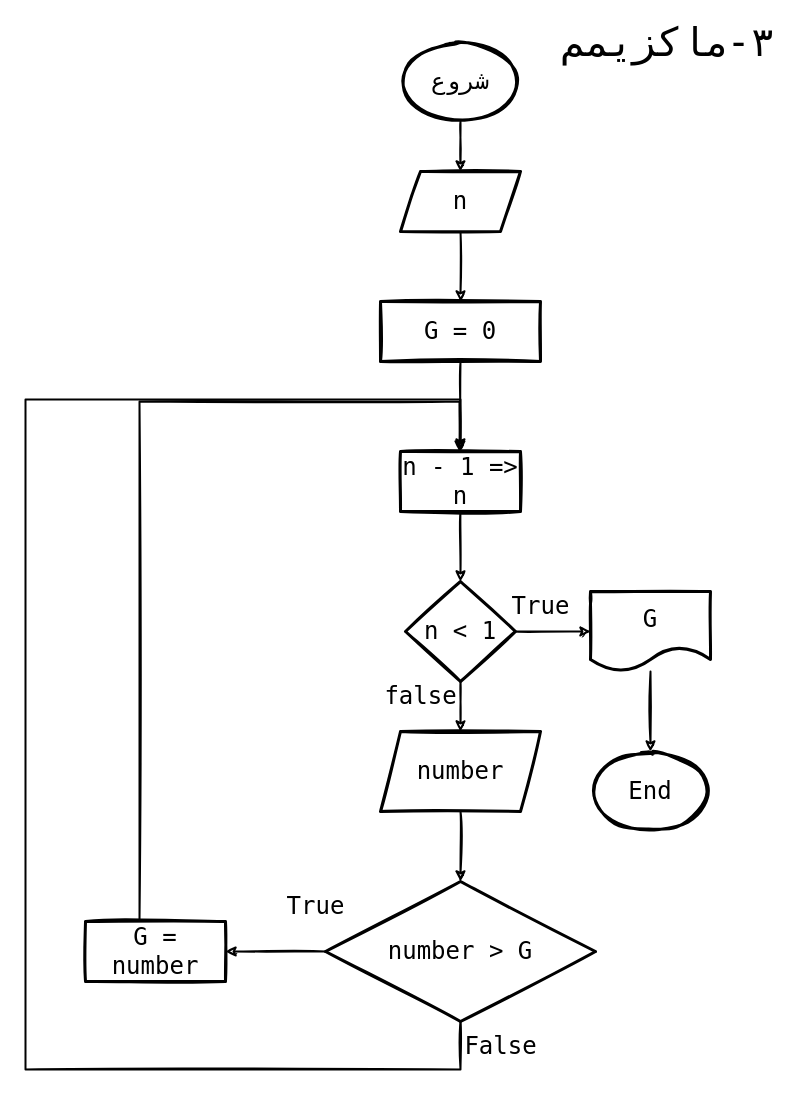
Earlier version of the draw.io diagram page "3- ماکزیمم" (3 of 7) of 991/MyRoleAsTa/T2,99/FlowChartAnswers.drawio (geeksesi/my_university). Source tidied: cells renumbered, new cells numbered last; positions are measured from the earlier drawing's top-left corner, leaving out a move shared by most shapes. Both pictures are drawn from the tidied source at 100%, with x=0, y=0 at pixel (25, 21).
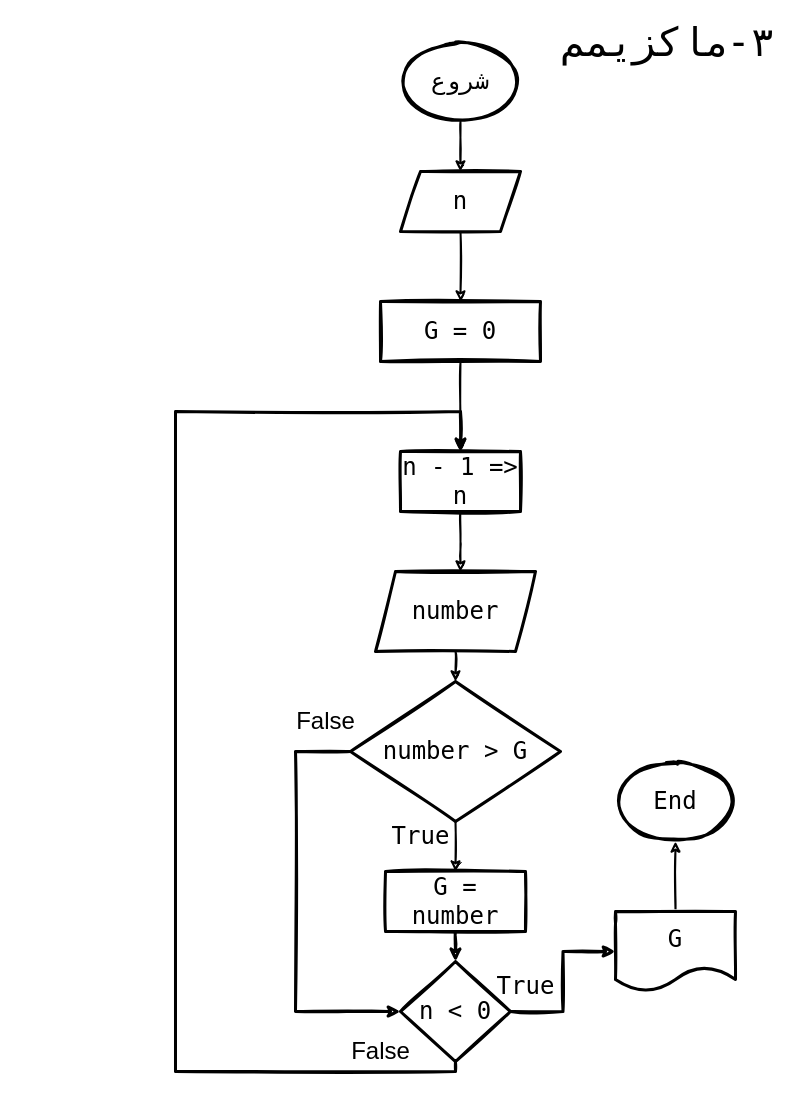
The same diagram, later.

Unchanged cells that the change refers to:
```xml
<mxCell id="7" value="n" style="shape=parallelogram;perimeter=parallelogramPerimeter;whiteSpace=wrap;html=1;fixedSize=1;fontFamily=Lucida Console;fontSize=24;strokeWidth=3;sketch=1;" parent="1" vertex="1">
  <mxGeometry x="375" y="150" width="120" height="60" as="geometry" />
</mxCell>
<mxCell id="9" value="n - 1 =&amp;gt; n" style="whiteSpace=wrap;html=1;fontFamily=Lucida Console;fontSize=24;strokeWidth=3;sketch=1;" parent="1" vertex="1">
  <mxGeometry x="375" y="430" width="120" height="60" as="geometry" />
</mxCell>
<mxCell id="13" value="G = 0" style="whiteSpace=wrap;html=1;fontFamily=Lucida Console;fontSize=24;strokeWidth=3;sketch=1;" parent="1" vertex="1">
  <mxGeometry x="355" y="280" width="160" height="60" as="geometry" />
</mxCell>
```

Change to the diagram source:
```diff
@@
-    <mxCell id="2" value="&lt;font style=&quot;font-size: 40px&quot;&gt;ماکزیمم&lt;/font&gt;" style="text;html=1;align=center;verticalAlign=middle;fontSize=24;fontFamily=Lucida Console;" parent="1" vertex="1">
+    <mxCell id="2" value="&lt;font style=&quot;font-size: 40px&quot;&gt;ماکزیمم&lt;/font&gt;" style="text;html=1;align=center;verticalAlign=middle;fontSize=24;fontFamily=Lucida Console;sketch=1;" parent="1" vertex="1">
       <mxGeometry x="545" width="150" height="40" as="geometry" />
     </mxCell>
-    <mxCell id="3" value="&lt;font style=&quot;font-size: 40px&quot;&gt;-۳&lt;/font&gt;" style="text;html=1;align=center;verticalAlign=middle;fontSize=24;fontFamily=Lucida Console;" parent="1" vertex="1">
+    <mxCell id="3" value="&lt;font style=&quot;font-size: 40px&quot;&gt;-۳&lt;/font&gt;" style="text;html=1;align=center;verticalAlign=middle;fontSize=24;fontFamily=Lucida Console;sketch=1;" parent="1" vertex="1">
       <mxGeometry x="700" width="50" height="40" as="geometry" />
     </mxCell>
-    <mxCell id="4" style="edgeStyle=orthogonalEdgeStyle;rounded=0;sketch=1;jettySize=auto;html=1;endArrow=classic;endFill=1;strokeWidth=2;fontFamily=Lucida Console;fontSize=24;" parent="1" edge="1" source="5" target="7">
+    <mxCell id="4" style="edgeStyle=orthogonalEdgeStyle;rounded=0;jettySize=auto;html=1;endArrow=classic;endFill=1;strokeWidth=2;fontFamily=Lucida Console;fontSize=24;sketch=1;" parent="1" edge="1" source="5" target="7">
       <mxGeometry relative="1" as="geometry" />
     </mxCell>
-    <mxCell id="5" value="شروع" style="ellipse;whiteSpace=wrap;html=1;sketch=1;strokeWidth=3;fontFamily=Lucida Console;fontSize=24;" parent="1" vertex="1">
+    <mxCell id="5" value="شروع" style="ellipse;whiteSpace=wrap;html=1;strokeWidth=3;fontFamily=Lucida Console;fontSize=24;sketch=1;" parent="1" vertex="1">
       <mxGeometry x="375" y="20" width="120" height="80" as="geometry" />
     </mxCell>
-    <mxCell id="6" style="edgeStyle=orthogonalEdgeStyle;rounded=0;sketch=1;jettySize=auto;html=1;endArrow=classic;endFill=1;strokeWidth=2;fontFamily=Lucida Console;fontSize=24;" parent="1" edge="1" source="7" target="13">
+    <mxCell id="6" style="edgeStyle=orthogonalEdgeStyle;rounded=0;jettySize=auto;html=1;endArrow=classic;endFill=1;strokeWidth=2;fontFamily=Lucida Console;fontSize=24;sketch=1;" parent="1" edge="1" source="7" target="13">
       <mxGeometry relative="1" as="geometry" />
     </mxCell>
@@
-    <mxCell id="8" style="edgeStyle=orthogonalEdgeStyle;rounded=0;sketch=1;jettySize=auto;html=1;endArrow=classic;endFill=1;strokeWidth=2;fontFamily=Lucida Console;fontSize=24;" parent="1" edge="1" source="9" target="23">
-      <mxGeometry relative="1" as="geometry" />
+    <mxCell id="8" style="edgeStyle=orthogonalEdgeStyle;rounded=0;jettySize=auto;html=1;endArrow=classic;endFill=1;strokeWidth=2;fontFamily=Lucida Console;fontSize=24;sketch=1;" parent="1" edge="1" source="9">
+      <mxGeometry relative="1" as="geometry">
+        <mxPoint x="435" y="550" as="targetPoint" />
+      </mxGeometry>
     </mxCell>
@@
-    <mxCell id="10" style="edgeStyle=orthogonalEdgeStyle;rounded=0;sketch=1;jettySize=auto;html=1;endArrow=classic;endFill=1;strokeWidth=2;fontFamily=Lucida Console;fontSize=24;" parent="1" edge="1" source="11" target="16">
-      <mxGeometry relative="1" as="geometry" />
+    <mxCell id="10" style="edgeStyle=orthogonalEdgeStyle;rounded=0;jettySize=auto;html=1;endArrow=classic;endFill=1;strokeWidth=2;fontFamily=Lucida Console;fontSize=24;sketch=1;" parent="1" edge="1" source="11" target="16">
+      <mxGeometry relative="1" as="geometry">
+        <Array as="points">
+          <mxPoint x="430" y="800" />
+          <mxPoint x="430" y="800" />
+        </Array>
+      </mxGeometry>
     </mxCell>
     <mxCell id="11" value="number" style="shape=parallelogram;perimeter=parallelogramPerimeter;whiteSpace=wrap;html=1;fixedSize=1;fontFamily=Lucida Console;fontSize=24;strokeWidth=3;sketch=1;" parent="1" vertex="1">
-      <mxGeometry x="355" y="710" width="160" height="80" as="geometry" />
+      <mxGeometry x="350" y="550" width="160" height="80" as="geometry" />
     </mxCell>
-    <mxCell id="12" style="edgeStyle=orthogonalEdgeStyle;rounded=0;sketch=1;jettySize=auto;html=1;entryX=0.5;entryY=0;entryDx=0;entryDy=0;endArrow=classic;endFill=1;strokeWidth=2;fontFamily=Lucida Console;fontSize=24;" parent="1" edge="1" source="13" target="9">
+    <mxCell id="12" style="edgeStyle=orthogonalEdgeStyle;rounded=0;jettySize=auto;html=1;entryX=0.5;entryY=0;entryDx=0;entryDy=0;endArrow=classic;endFill=1;strokeWidth=2;fontFamily=Lucida Console;fontSize=24;sketch=1;" parent="1" edge="1" source="13" target="9">
       <mxGeometry relative="1" as="geometry" />
     </mxCell>
@@
-    <mxCell id="14" style="edgeStyle=orthogonalEdgeStyle;rounded=0;sketch=1;jettySize=auto;html=1;endArrow=classic;endFill=1;strokeWidth=2;fontFamily=Lucida Console;fontSize=24;" parent="1" edge="1" source="16" target="18">
+    <mxCell id="14" style="edgeStyle=orthogonalEdgeStyle;rounded=0;jettySize=auto;html=1;endArrow=classic;endFill=1;strokeWidth=2;fontFamily=Lucida Console;fontSize=24;sketch=1;" parent="1" edge="1" source="16" target="18">
       <mxGeometry relative="1" as="geometry" />
     </mxCell>
-    <mxCell id="15" style="edgeStyle=orthogonalEdgeStyle;rounded=0;sketch=1;orthogonalLoop=1;jettySize=auto;html=1;endArrow=classic;endFill=1;strokeWidth=2;fontFamily=Lucida Console;fontSize=24;" parent="1" edge="1">
-      <mxGeometry relative="1" as="geometry">
-        <mxPoint x="435" y="998" as="sourcePoint" />
-        <mxPoint x="435" y="428" as="targetPoint" />
-        <Array as="points">
-          <mxPoint x="435" y="1048" />
-          <mxPoint y="1048" />
-          <mxPoint y="378" />
-          <mxPoint x="435" y="378" />
-        </Array>
-      </mxGeometry>
-    </mxCell>
+    <mxCell id="29" style="edgeStyle=orthogonalEdgeStyle;rounded=0;sketch=1;jettySize=auto;html=1;entryX=0;entryY=0.5;entryDx=0;entryDy=0;strokeWidth=3;" parent="1" edge="1" source="16" target="33">
+      <mxGeometry relative="1" as="geometry">
+        <Array as="points">
+          <mxPoint x="270" y="730" />
+          <mxPoint x="270" y="990" />
+        </Array>
+      </mxGeometry>
+    </mxCell>
     <mxCell id="16" value="number &amp;gt; G" style="rhombus;whiteSpace=wrap;html=1;fontFamily=Lucida Console;fontSize=24;strokeWidth=3;sketch=1;" parent="1" vertex="1">
-      <mxGeometry x="300" y="860" width="270" height="140" as="geometry" />
+      <mxGeometry x="325" y="660" width="210" height="140" as="geometry" />
     </mxCell>
-    <mxCell id="17" style="edgeStyle=orthogonalEdgeStyle;rounded=0;sketch=1;orthogonalLoop=1;jettySize=auto;html=1;endArrow=classic;endFill=1;strokeWidth=2;fontFamily=Lucida Console;fontSize=24;" parent="1" edge="1">
-      <mxGeometry relative="1" as="geometry">
-        <mxPoint x="114" y="900" as="sourcePoint" />
-        <mxPoint x="434" y="430" as="targetPoint" />
-        <Array as="points">
-          <mxPoint x="114" y="380" />
-          <mxPoint x="434" y="380" />
-        </Array>
-      </mxGeometry>
-    </mxCell>
+    <mxCell id="30" style="edgeStyle=orthogonalEdgeStyle;rounded=0;sketch=1;jettySize=auto;html=1;strokeWidth=3;" parent="1" edge="1" source="18" target="33">
+      <mxGeometry relative="1" as="geometry" />
+    </mxCell>
     <mxCell id="18" value="G = number" style="whiteSpace=wrap;html=1;fontFamily=Lucida Console;fontSize=24;strokeWidth=3;sketch=1;" parent="1" vertex="1">
-      <mxGeometry x="60" y="900" width="140" height="60" as="geometry" />
+      <mxGeometry x="360" y="850" width="140" height="60" as="geometry" />
     </mxCell>
-    <mxCell id="19" value="True" style="text;html=1;align=center;verticalAlign=middle;fontSize=24;fontFamily=Lucida Console;" parent="1" vertex="1">
-      <mxGeometry x="260" y="870" width="60" height="30" as="geometry" />
+    <mxCell id="19" value="True" style="text;html=1;align=center;verticalAlign=middle;fontSize=24;fontFamily=Lucida Console;sketch=1;" parent="1" vertex="1">
+      <mxGeometry x="365" y="800" width="60" height="30" as="geometry" />
     </mxCell>
-    <mxCell id="20" value="False" style="text;html=1;align=center;verticalAlign=middle;fontSize=24;fontFamily=Lucida Console;" parent="1" vertex="1">
-      <mxGeometry x="440" y="1010" width="70" height="30" as="geometry" />
-    </mxCell>
-    <mxCell id="21" style="edgeStyle=orthogonalEdgeStyle;rounded=0;sketch=1;jettySize=auto;html=1;endArrow=classic;endFill=1;strokeWidth=2;fontFamily=Lucida Console;fontSize=24;" parent="1" edge="1" source="23" target="11">
-      <mxGeometry relative="1" as="geometry" />
-    </mxCell>
-    <mxCell id="22" style="edgeStyle=orthogonalEdgeStyle;rounded=0;sketch=1;jettySize=auto;html=1;endArrow=classic;endFill=1;strokeWidth=2;fontFamily=Lucida Console;fontSize=24;" parent="1" edge="1" source="23" target="26">
-      <mxGeometry relative="1" as="geometry" />
-    </mxCell>
-    <mxCell id="23" value="n &amp;lt; 1" style="rhombus;whiteSpace=wrap;html=1;sketch=1;strokeWidth=3;fontFamily=Lucida Console;fontSize=24;" parent="1" vertex="1">
-      <mxGeometry x="380" y="560" width="110" height="100" as="geometry" />
-    </mxCell>
-    <mxCell id="24" value="false" style="text;html=1;align=center;verticalAlign=middle;fontSize=24;fontFamily=Lucida Console;" parent="1" vertex="1">
-      <mxGeometry x="365" y="660" width="60" height="30" as="geometry" />
-    </mxCell>
-    <mxCell id="25" style="edgeStyle=orthogonalEdgeStyle;rounded=0;sketch=1;jettySize=auto;html=1;endArrow=classic;endFill=1;strokeWidth=2;fontFamily=Lucida Console;fontSize=24;" parent="1" edge="1" source="26" target="27">
+    <mxCell id="25" style="edgeStyle=orthogonalEdgeStyle;rounded=0;jettySize=auto;html=1;endArrow=classic;endFill=1;strokeWidth=2;fontFamily=Lucida Console;fontSize=24;sketch=1;" parent="1" edge="1" source="26" target="27">
       <mxGeometry relative="1" as="geometry" />
     </mxCell>
     <mxCell id="26" value="G" style="shape=document;whiteSpace=wrap;html=1;boundedLbl=1;fontFamily=Lucida Console;fontSize=24;strokeWidth=3;sketch=1;" parent="1" vertex="1">
-      <mxGeometry x="565" y="570" width="120" height="80" as="geometry" />
+      <mxGeometry x="590" y="890" width="120" height="80" as="geometry" />
     </mxCell>
     <mxCell id="27" value="End" style="ellipse;whiteSpace=wrap;html=1;fontFamily=Lucida Console;fontSize=24;strokeWidth=3;sketch=1;" parent="1" vertex="1">
-      <mxGeometry x="565" y="730" width="120" height="80" as="geometry" />
+      <mxGeometry x="590" y="740" width="120" height="80" as="geometry" />
     </mxCell>
+    <mxCell id="31" style="edgeStyle=orthogonalEdgeStyle;rounded=0;sketch=1;jettySize=auto;html=1;entryX=0;entryY=0.5;entryDx=0;entryDy=0;strokeWidth=3;fontSize=24;" parent="1" edge="1" source="33" target="26">
+      <mxGeometry relative="1" as="geometry" />
+    </mxCell>
+    <mxCell id="32" style="edgeStyle=orthogonalEdgeStyle;rounded=0;sketch=1;jettySize=auto;html=1;strokeWidth=3;fontSize=24;entryX=0.5;entryY=0;entryDx=0;entryDy=0;" parent="1" edge="1" source="33" target="9">
+      <mxGeometry relative="1" as="geometry">
+        <Array as="points">
+          <mxPoint x="430" y="1050" />
+          <mxPoint x="150" y="1050" />
+          <mxPoint x="150" y="390" />
+          <mxPoint x="435" y="390" />
+        </Array>
+      </mxGeometry>
+    </mxCell>
+    <mxCell id="33" value="n &amp;lt; 0" style="rhombus;whiteSpace=wrap;html=1;sketch=1;strokeWidth=3;fontFamily=Lucida Console;fontSize=24;" parent="1" vertex="1">
+      <mxGeometry x="375" y="940" width="110" height="100" as="geometry" />
+    </mxCell>
+    <mxCell id="34" value="&lt;font style=&quot;font-size: 24px&quot;&gt;False&lt;/font&gt;" style="text;html=1;align=center;verticalAlign=middle;" parent="1" vertex="1">
+      <mxGeometry x="265" y="690" width="70" height="20" as="geometry" />
+    </mxCell>
-    <mxCell id="28" value="True" style="text;html=1;align=center;verticalAlign=middle;fontSize=24;fontFamily=Lucida Console;" parent="1" vertex="1">
-      <mxGeometry x="485" y="570" width="60" height="30" as="geometry" />
+    <mxCell id="28" value="True" style="text;html=1;align=center;verticalAlign=middle;fontSize=24;fontFamily=Lucida Console;sketch=1;" parent="1" vertex="1">
+      <mxGeometry x="470" y="950" width="60" height="30" as="geometry" />
     </mxCell>
+    <mxCell id="35" value="&lt;font style=&quot;font-size: 24px&quot;&gt;False&lt;/font&gt;" style="text;html=1;align=center;verticalAlign=middle;" parent="1" vertex="1">
+      <mxGeometry x="320" y="1020" width="70" height="20" as="geometry" />
+    </mxCell>
```
